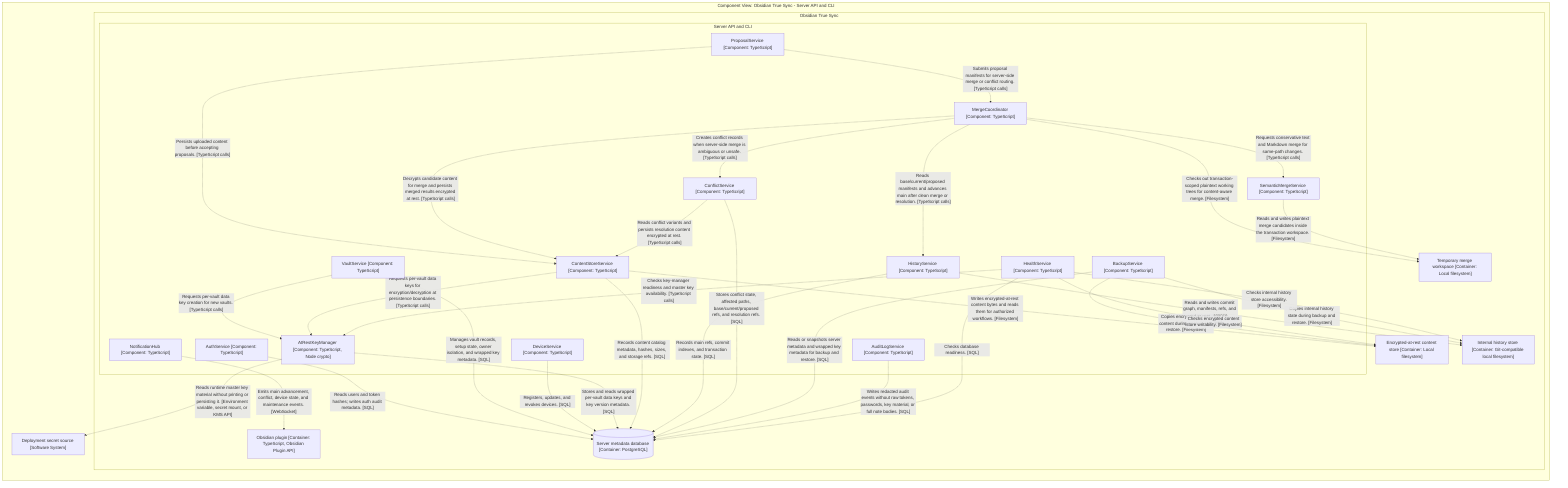
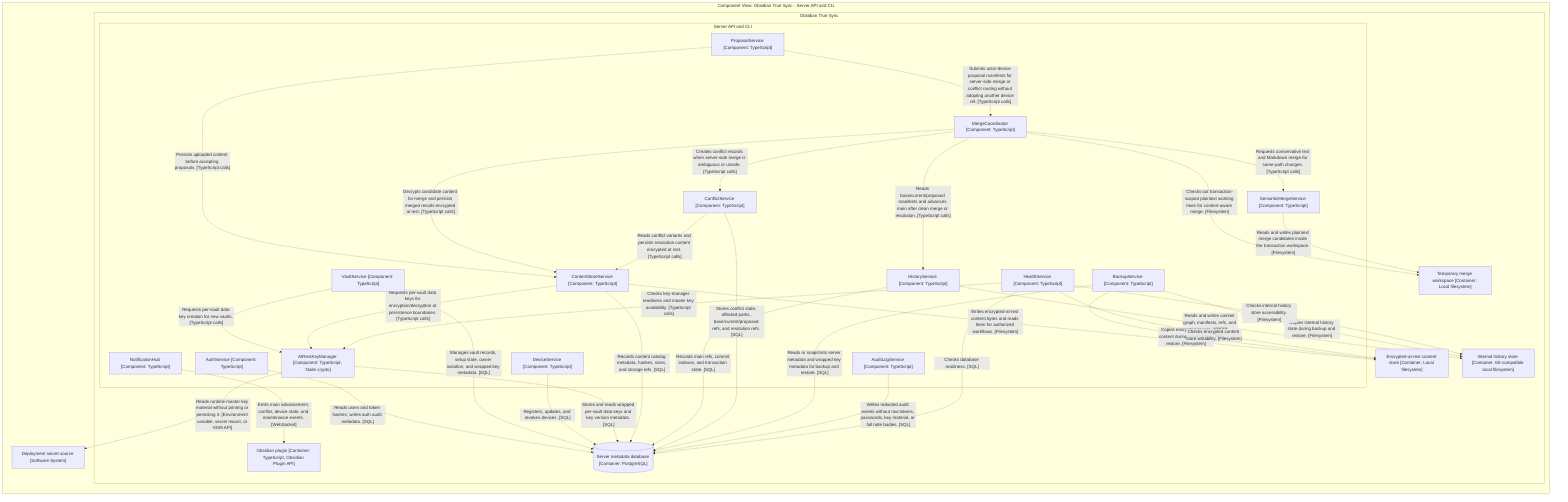
graph LR

  subgraph diagram ["Component View: Obsidian True Sync - Server API and CLI"]

    5["Deployment secret source [Software System]"]

    subgraph 6 ["Obsidian True Sync"]

      subgraph 7 ["Server API and CLI"]

        10["DeviceService [Component: TypeScript]"]
        11["AtRestKeyManager [Component: TypeScript, Node crypto]"]
        12["ContentStoreService [Component: TypeScript]"]
        13["ProposalService [Component: TypeScript]"]
        14["HistoryService [Component: TypeScript]"]
        15["MergeCoordinator [Component: TypeScript]"]
        16["SemanticMergeService [Component: TypeScript]"]
        17["ConflictService [Component: TypeScript]"]
        18["NotificationHub [Component: TypeScript]"]
        19["BackupService [Component: TypeScript]"]
        20["AuditLogService [Component: TypeScript]"]
        21["HealthService [Component: TypeScript]"]
        8["AuthService [Component: TypeScript]"]
        9["VaultService [Component: TypeScript]"]
      end

      29["Obsidian plugin [Container: TypeScript, Obsidian Plugin API]"]
      44[("Server metadata database [Container: PostgreSQL]")]
      45["Encrypted-at-rest content store [Container: Local filesystem]"]
      46["Internal history store [Container: Git-compatible local filesystem]"]
      47["Temporary merge workspace [Container: Local filesystem]"]
    end

    8-. "Reads users and token hashes; writes auth audit metadata. [SQL]" .->44
    9-. "Manages vault records, setup state, owner isolation, and wrapped key metadata. [SQL]" .->44
    9-. "Requests per-vault data key creation for new vaults. [TypeScript calls]" .->11
    10-. "Registers, updates, and revokes devices. [SQL]" .->44
    11-. "Reads runtime master key material without printing or persisting it. [Environment variable, secret mount, or KMS API]" .->5
    11-. "Stores and reads wrapped per-vault data keys and key version metadata. [SQL]" .->44
    12-. "Requests per-vault data keys for encryption/decryption at persistence boundaries. [TypeScript calls]" .->11
    12-. "Writes encrypted-at-rest content bytes and reads them for authorized workflows. [Filesystem]" .->45
    12-. "Records content catalog metadata, hashes, sizes, and storage refs. [SQL]" .->44
    13-. "Persists uploaded content before accepting proposals. [TypeScript calls]" .->12
-     13-. "Submits proposal manifests for server-side merge or conflict routing. [TypeScript calls]" .->15
+     13-. "Submits actor-device proposal manifests for server-side merge or conflict routing without adopting another device ref. [TypeScript calls]" .->15
    14-. "Reads and writes commit graph, manifests, refs, and merge provenance. [Filesystem]" .->46
    14-. "Records main refs, commit indexes, and transaction state. [SQL]" .->44
    15-. "Reads base/current/proposed manifests and advances main after clean merge or resolution. [TypeScript calls]" .->14
    15-. "Decrypts candidate content for merge and persists merged results encrypted at rest. [TypeScript calls]" .->12
    15-. "Checks out transaction-scoped plaintext working trees for content-aware merge. [Filesystem]" .->47
    15-. "Requests conservative text and Markdown merge for same-path changes. [TypeScript calls]" .->16
    16-. "Reads and writes plaintext merge candidates inside the transaction workspace. [Filesystem]" .->47
    15-. "Creates conflict records when server-side merge is ambiguous or unsafe. [TypeScript calls]" .->17
    17-. "Stores conflict state, affected paths, base/current/proposed refs, and resolution refs. [SQL]" .->44
    17-. "Reads conflict variants and persists resolution content encrypted at rest. [TypeScript calls]" .->12
    18-. "Emits main advancement, conflict, device state, and maintenance events. [WebSocket]" .->29
    19-. "Reads or snapshots server metadata and wrapped key metadata for backup and restore. [SQL]" .->44
    19-. "Copies encrypted-at-rest content during backup and restore. [Filesystem]" .->45
    19-. "Copies internal history state during backup and restore. [Filesystem]" .->46
    20-. "Writes redacted audit events without raw tokens, passwords, key material, or full note bodies. [SQL]" .->44
    21-. "Checks database readiness. [SQL]" .->44
    21-. "Checks encrypted content store writability. [Filesystem]" .->45
    21-. "Checks internal history store accessibility. [Filesystem]" .->46
    21-. "Checks key-manager readiness and master key availability. [TypeScript calls]" .->11

  end
